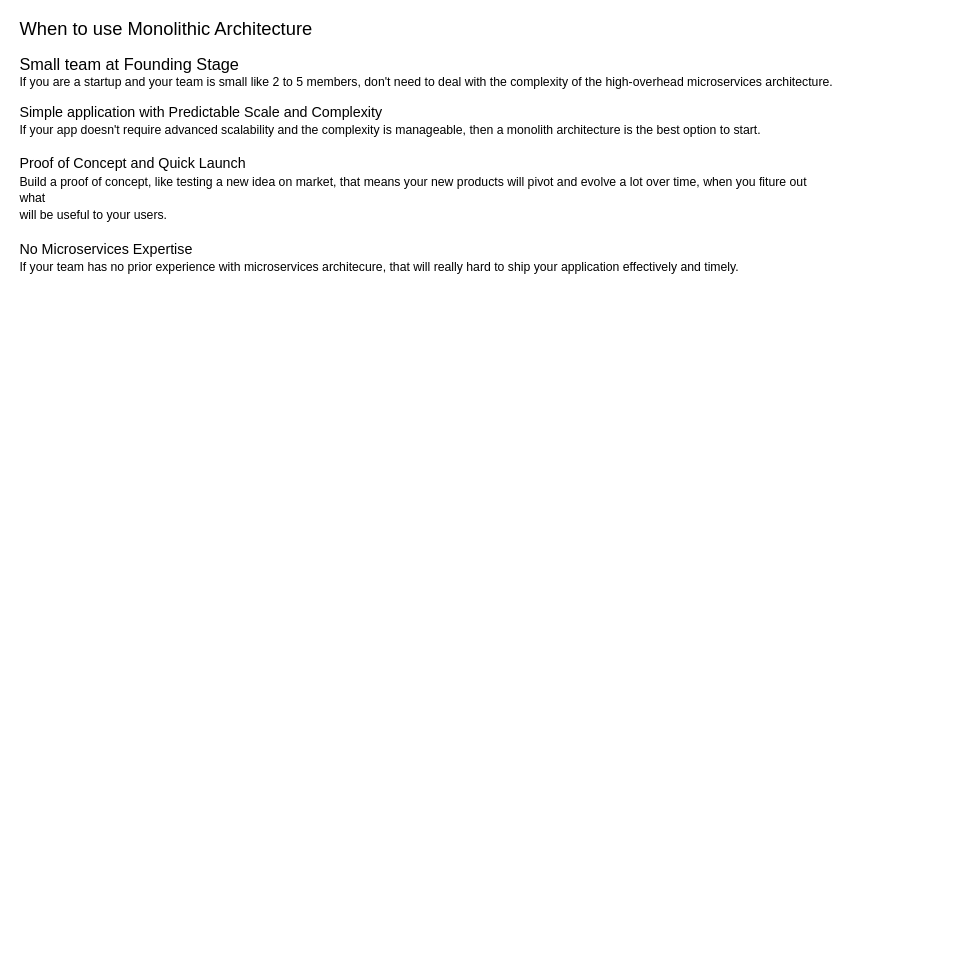
Above: ModularArchitecture.drawio in tyk1hc/drawio (draw.io), before the change. Source tidied: cells renumbered, new cells numbered last; positions are measured from the earlier drawing's top-left corner, leaving out a move shared by most shapes. Both pictures are drawn from the tidied source at 102%, with x=0, y=0 at pixel (17, 23).
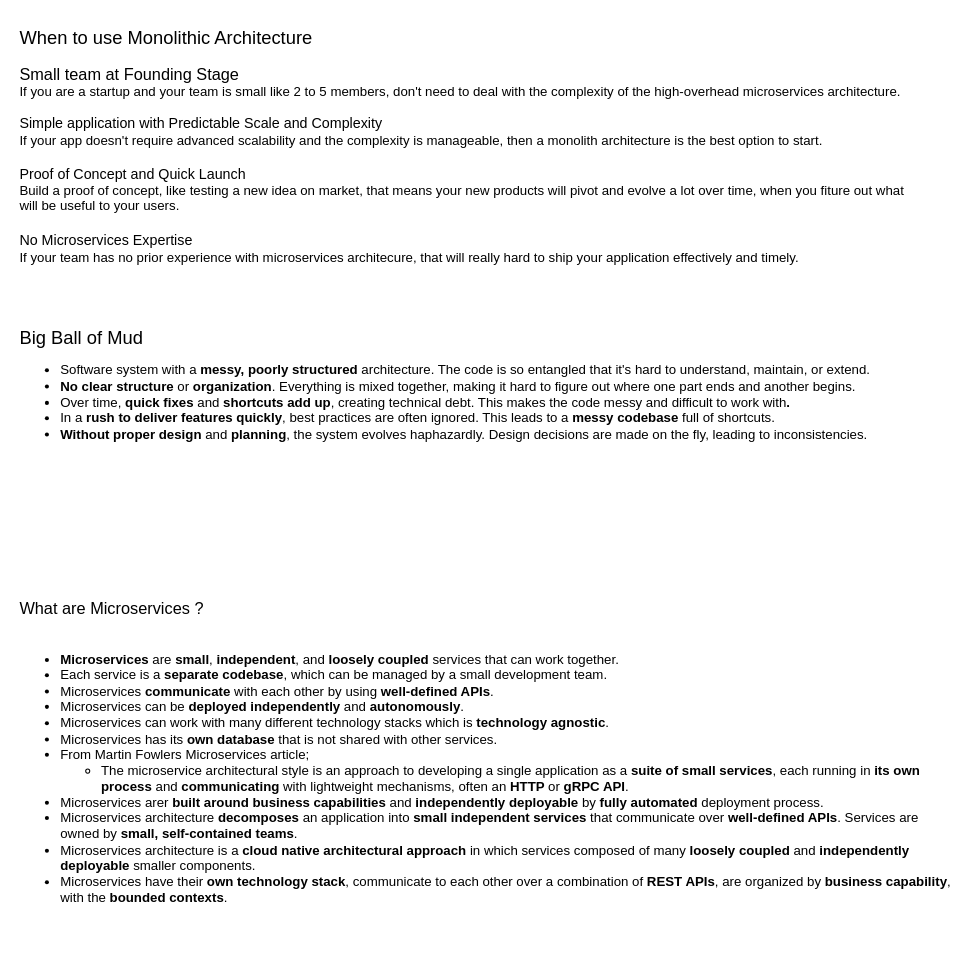
After the change.

Diff of the diagram source:
```diff
@@
 <mxGraphModel>
   <root>
     <mxCell id="0" />
     <mxCell id="1" parent="0" />
-    <mxCell id="2" value="&lt;div style=&quot;font-size: 15px;&quot; align=&quot;left&quot;&gt;&lt;font style=&quot;font-size: 18px;&quot;&gt;When to use Monolithic Architecture&lt;/font&gt;&lt;/div&gt;&lt;div&gt;&lt;br&gt;&lt;/div&gt;&lt;div&gt;&lt;font style=&quot;font-size: 16px;&quot;&gt;Small team at Founding Stage&lt;/font&gt; &lt;br&gt;&lt;/div&gt;&lt;div style=&quot;&quot;&gt;&lt;font style=&quot;font-size: 12px;&quot;&gt;If you are a startup and your team is small like 2 to 5 members, don't need to deal with the complexity of the high-overhead microservices architecture.&lt;/font&gt;&lt;/div&gt;&lt;div style=&quot;&quot;&gt;&lt;font style=&quot;font-size: 12px;&quot;&gt;&lt;br&gt;&lt;/font&gt;&lt;/div&gt;&lt;div style=&quot;font-size: 14px;&quot;&gt;&lt;font style=&quot;font-size: 14px;&quot;&gt;Simple application with Predictable Scale and Complexity&lt;font style=&quot;font-size: 14px;&quot;&gt;&lt;br&gt;&lt;/font&gt;&lt;/font&gt;&lt;/div&gt;&lt;div style=&quot;font-size: 14px;&quot;&gt;&lt;font style=&quot;font-size: 12px;&quot;&gt;&lt;font style=&quot;font-size: 12px;&quot;&gt;If your app doesn't require advanced scalability and the complexity is manageable, then a monolith architecture is the best option to start.&lt;/font&gt;&lt;/font&gt;&lt;/div&gt;&lt;div style=&quot;font-size: 14px;&quot;&gt;&lt;font style=&quot;font-size: 12px;&quot;&gt;&lt;font style=&quot;font-size: 12px;&quot;&gt;&lt;br&gt;&lt;/font&gt;&lt;/font&gt;&lt;/div&gt;&lt;div style=&quot;font-size: 14px;&quot;&gt;&lt;font style=&quot;font-size: 14px;&quot;&gt;&lt;font style=&quot;font-size: 14px;&quot;&gt;Proof of Concept and Quick Launch&lt;/font&gt;&lt;font style=&quot;font-size: 14px;&quot;&gt;&lt;font style=&quot;font-size: 14px;&quot;&gt;&lt;br&gt;&lt;/font&gt;&lt;/font&gt;&lt;/font&gt;&lt;/div&gt;&lt;div style=&quot;font-size: 14px;&quot;&gt;&lt;font style=&quot;font-size: 14px;&quot;&gt;&lt;font style=&quot;font-size: 12px;&quot;&gt;&lt;font style=&quot;font-size: 12px;&quot;&gt;Build a proof of concept, like testing a new idea on market, that means your new products will pivot and evolve a lot over time, when you fiture out what&lt;/font&gt;&lt;/font&gt;&lt;/font&gt;&lt;/div&gt;&lt;div style=&quot;font-size: 14px;&quot;&gt;&lt;font style=&quot;font-size: 14px;&quot;&gt;&lt;font style=&quot;font-size: 12px;&quot;&gt;&lt;font style=&quot;font-size: 12px;&quot;&gt;will be useful to your users.&lt;/font&gt;&lt;/font&gt;&lt;/font&gt;&lt;/div&gt;&lt;div style=&quot;font-size: 14px;&quot;&gt;&lt;font style=&quot;font-size: 14px;&quot;&gt;&lt;font style=&quot;font-size: 12px;&quot;&gt;&lt;font style=&quot;font-size: 12px;&quot;&gt;&lt;br&gt;&lt;/font&gt;&lt;/font&gt;&lt;/font&gt;&lt;/div&gt;&lt;div style=&quot;font-size: 14px;&quot;&gt;&lt;font style=&quot;font-size: 14px;&quot;&gt;&lt;font style=&quot;font-size: 14px;&quot;&gt;&lt;font style=&quot;font-size: 14px;&quot;&gt;No Microservices Expertise&lt;/font&gt;&lt;/font&gt;&lt;font style=&quot;font-size: 14px;&quot;&gt;&lt;font style=&quot;font-size: 14px;&quot;&gt;&lt;font style=&quot;font-size: 14px;&quot;&gt;&lt;br&gt;&lt;/font&gt;&lt;/font&gt;&lt;/font&gt;&lt;/font&gt;&lt;/div&gt;&lt;div style=&quot;font-size: 14px;&quot;&gt;&lt;font style=&quot;font-size: 14px;&quot;&gt;&lt;font style=&quot;font-size: 14px;&quot;&gt;&lt;font style=&quot;font-size: 12px;&quot;&gt;&lt;font style=&quot;font-size: 12px;&quot;&gt;If your team has no prior experience with microservices architecure, that will really hard to ship your application effectively and timely.&lt;br&gt;&lt;/font&gt;&lt;/font&gt;&lt;/font&gt;&lt;/font&gt;&lt;/div&gt;" style="text;html=1;align=left;verticalAlign=middle;whiteSpace=wrap;rounded=0;" parent="1" vertex="1">
-      <mxGeometry width="800" height="240" as="geometry" />
+    <mxCell id="2" value="&lt;div style=&quot;font-size: 15px;&quot; align=&quot;left&quot;&gt;&lt;font style=&quot;font-size: 18px;&quot;&gt;When to use Monolithic Architecture&lt;/font&gt;&lt;/div&gt;&lt;div&gt;&lt;br&gt;&lt;/div&gt;&lt;div&gt;&lt;font style=&quot;font-size: 16px;&quot;&gt;Small team at Founding Stage&lt;/font&gt; &lt;br&gt;&lt;/div&gt;&lt;div style=&quot;&quot;&gt;&lt;font style=&quot;font-size: 13px;&quot;&gt;If you are a startup and your team is small like 2 to 5 members, don't need to deal with the complexity of the high-overhead microservices architecture.&lt;/font&gt;&lt;/div&gt;&lt;div style=&quot;&quot;&gt;&lt;font style=&quot;font-size: 12px;&quot;&gt;&lt;br&gt;&lt;/font&gt;&lt;/div&gt;&lt;div style=&quot;font-size: 14px;&quot;&gt;&lt;font style=&quot;font-size: 14px;&quot;&gt;Simple application with Predictable Scale and Complexity&lt;font style=&quot;font-size: 14px;&quot;&gt;&lt;br&gt;&lt;/font&gt;&lt;/font&gt;&lt;/div&gt;&lt;div style=&quot;font-size: 14px;&quot;&gt;&lt;font size=&quot;1&quot;&gt;&lt;font style=&quot;font-size: 13px;&quot;&gt;If your app doesn't require advanced scalability and the complexity is manageable, then a monolith architecture is the best option to start.&lt;/font&gt;&lt;/font&gt;&lt;/div&gt;&lt;div style=&quot;font-size: 14px;&quot;&gt;&lt;font style=&quot;font-size: 12px;&quot;&gt;&lt;font style=&quot;font-size: 12px;&quot;&gt;&lt;br&gt;&lt;/font&gt;&lt;/font&gt;&lt;/div&gt;&lt;div style=&quot;font-size: 14px;&quot;&gt;&lt;font style=&quot;font-size: 14px;&quot;&gt;&lt;font style=&quot;font-size: 14px;&quot;&gt;Proof of Concept and Quick Launch&lt;/font&gt;&lt;font style=&quot;font-size: 14px;&quot;&gt;&lt;font style=&quot;font-size: 14px;&quot;&gt;&lt;br&gt;&lt;/font&gt;&lt;/font&gt;&lt;/font&gt;&lt;/div&gt;&lt;div style=&quot;font-size: 13px;&quot;&gt;&lt;font style=&quot;font-size: 13px;&quot;&gt;&lt;font style=&quot;font-size: 13px;&quot;&gt;&lt;font style=&quot;font-size: 13px;&quot;&gt;Build a proof of concept, like testing a new idea on market, that means your new products will pivot and evolve a lot over time, when you fiture out what&lt;/font&gt;&lt;/font&gt;&lt;/font&gt;&lt;/div&gt;&lt;div style=&quot;font-size: 13px;&quot;&gt;&lt;font style=&quot;font-size: 13px;&quot;&gt;&lt;font style=&quot;font-size: 13px;&quot;&gt;&lt;font style=&quot;font-size: 13px;&quot;&gt;will be useful to your users.&lt;/font&gt;&lt;/font&gt;&lt;/font&gt;&lt;/div&gt;&lt;div style=&quot;font-size: 14px;&quot;&gt;&lt;font style=&quot;font-size: 14px;&quot;&gt;&lt;font style=&quot;font-size: 12px;&quot;&gt;&lt;font style=&quot;font-size: 12px;&quot;&gt;&lt;br&gt;&lt;/font&gt;&lt;/font&gt;&lt;/font&gt;&lt;/div&gt;&lt;div style=&quot;font-size: 14px;&quot;&gt;&lt;font style=&quot;font-size: 14px;&quot;&gt;&lt;font style=&quot;font-size: 14px;&quot;&gt;&lt;font style=&quot;font-size: 14px;&quot;&gt;No Microservices Expertise&lt;/font&gt;&lt;/font&gt;&lt;font style=&quot;font-size: 14px;&quot;&gt;&lt;font style=&quot;font-size: 14px;&quot;&gt;&lt;font style=&quot;font-size: 14px;&quot;&gt;&lt;br&gt;&lt;/font&gt;&lt;/font&gt;&lt;/font&gt;&lt;/font&gt;&lt;/div&gt;&lt;div style=&quot;font-size: 14px;&quot;&gt;&lt;font style=&quot;font-size: 14px;&quot;&gt;&lt;font style=&quot;font-size: 14px;&quot;&gt;&lt;font style=&quot;font-size: 13px;&quot;&gt;&lt;font style=&quot;font-size: 13px;&quot;&gt;If your team has no prior experience with microservices architecure, that will really hard to ship your application effectively and timely.&lt;br&gt;&lt;/font&gt;&lt;/font&gt;&lt;/font&gt;&lt;/font&gt;&lt;/div&gt;" style="text;html=1;align=left;verticalAlign=middle;whiteSpace=wrap;rounded=0;" parent="1" vertex="1">
+      <mxGeometry width="880" height="240" as="geometry" />
     </mxCell>
+    <mxCell id="3" value="&lt;div style=&quot;font-size: 18px;&quot;&gt;&lt;font style=&quot;font-size: 18px;&quot;&gt;Big Ball of Mud&lt;font style=&quot;font-size: 18px;&quot;&gt;&lt;br&gt;&lt;/font&gt;&lt;/font&gt;&lt;/div&gt;&lt;div style=&quot;font-size: 13px;&quot;&gt;&lt;ul&gt;&lt;li&gt;&lt;font style=&quot;font-size: 13px;&quot;&gt;Software system with a &lt;b&gt;messy, poorly structured&lt;/b&gt; architecture. The code is so entangled that it's hard to understand, maintain, or extend.&lt;/font&gt;&lt;/li&gt;&lt;li&gt;&lt;font style=&quot;font-size: 13px;&quot;&gt;&lt;b&gt;No clear structure&lt;/b&gt; or &lt;b&gt;organization&lt;/b&gt;. Everything is mixed together, making it hard to figure out where one part ends and another begins.&lt;/font&gt;&lt;/li&gt;&lt;li&gt;&lt;font style=&quot;font-size: 13px;&quot;&gt;Over time, &lt;b&gt;quick fixes&lt;/b&gt; and &lt;b&gt;shortcuts add up&lt;/b&gt;, creating technical debt. This makes the code messy and difficult to work with&lt;b&gt;.&lt;/b&gt;&lt;/font&gt;&lt;/li&gt;&lt;li&gt;&lt;font style=&quot;font-size: 13px;&quot;&gt;In a &lt;b&gt;rush to deliver features quickly&lt;/b&gt;, best practices are often ignored. This leads to a &lt;b&gt;messy codebase&lt;/b&gt; full of shortcuts.&lt;/font&gt;&lt;/li&gt;&lt;li&gt;&lt;font style=&quot;font-size: 13px;&quot;&gt;&lt;b&gt;Without proper design&lt;/b&gt; and &lt;b&gt;planning&lt;/b&gt;, the system evolves haphazardly. Design decisions are made on the fly, leading to inconsistencies.&lt;br&gt;&lt;/font&gt;&lt;/li&gt;&lt;/ul&gt;&lt;/div&gt;" style="text;html=1;align=left;verticalAlign=middle;whiteSpace=wrap;rounded=0;" parent="1" vertex="1">
+      <mxGeometry y="300" width="840" height="120" as="geometry" />
+    </mxCell>
+    <mxCell id="4" value="&lt;div&gt;&lt;font style=&quot;font-size: 16px;&quot;&gt;What are Microservices ?&lt;br&gt;&lt;/font&gt;&lt;/div&gt;&lt;div&gt;&lt;font style=&quot;font-size: 16px;&quot;&gt;&lt;br&gt;&lt;/font&gt;&lt;/div&gt;&lt;div style=&quot;font-size: 13px;&quot;&gt;&lt;ul&gt;&lt;li&gt;&lt;font style=&quot;font-size: 13px;&quot;&gt;&lt;b&gt;Microservices&lt;/b&gt; are &lt;b&gt;small&lt;/b&gt;, &lt;b&gt;independent&lt;/b&gt;, and &lt;b&gt;loosely coupled&lt;/b&gt; services that can work together.&lt;/font&gt;&lt;/li&gt;&lt;li&gt;&lt;font style=&quot;font-size: 13px;&quot;&gt;Each service is a &lt;b&gt;separate codebase&lt;/b&gt;, which can be managed by a small development team.&lt;/font&gt;&lt;/li&gt;&lt;li&gt;&lt;font style=&quot;font-size: 13px;&quot;&gt;Microservices &lt;b&gt;communicate &lt;/b&gt;with each other by using &lt;b&gt;well-defined APIs&lt;/b&gt;.&lt;/font&gt;&lt;/li&gt;&lt;li&gt;&lt;font style=&quot;font-size: 13px;&quot;&gt;Microservices can be &lt;b&gt;deployed independently&lt;/b&gt; and &lt;b&gt;autonomously&lt;/b&gt;.&lt;/font&gt;&lt;/li&gt;&lt;li&gt;&lt;font style=&quot;font-size: 13px;&quot;&gt;Microservices can work with many different technology stacks which is &lt;b&gt;technology agnostic&lt;/b&gt;.&lt;/font&gt;&lt;/li&gt;&lt;li&gt;&lt;font style=&quot;font-size: 13px;&quot;&gt;Microservices has its &lt;b&gt;own database&lt;/b&gt; that is not shared with other services.&lt;/font&gt;&lt;/li&gt;&lt;li&gt;&lt;font style=&quot;font-size: 13px;&quot;&gt;From Martin Fowlers Microservices article; &lt;br&gt;&lt;/font&gt;&lt;/li&gt;&lt;ul&gt;&lt;li&gt;&lt;font style=&quot;font-size: 13px;&quot;&gt;The microservice architectural style is an approach to developing a single application as a &lt;b&gt;suite of small services&lt;/b&gt;, each running in &lt;b&gt;its own process&lt;/b&gt; and &lt;b&gt;communicating &lt;/b&gt;with lightweight mechanisms, often an &lt;b&gt;HTTP &lt;/b&gt;or &lt;b&gt;gRPC API&lt;/b&gt;.&lt;/font&gt;&lt;/li&gt;&lt;/ul&gt;&lt;li&gt;Microservices arer &lt;b&gt;built around business capabilities&lt;/b&gt; and &lt;b&gt;independently deployable&lt;/b&gt; by &lt;b&gt;fully automated&lt;/b&gt; deployment process.&lt;/li&gt;&lt;li&gt;Microservices architecture &lt;b&gt;decomposes&lt;/b&gt; an application into &lt;b&gt;small independent services&lt;/b&gt; that communicate over &lt;b&gt;well-defined APIs&lt;/b&gt;. Services are owned by &lt;b&gt;small, self-contained teams&lt;/b&gt;.&lt;/li&gt;&lt;li&gt;Microservices architecture is a &lt;b&gt;cloud native architectural approach&lt;/b&gt; in which services composed of many &lt;b&gt;loosely coupled&lt;/b&gt; and &lt;b&gt;independently deployable&lt;/b&gt; smaller components.&lt;/li&gt;&lt;li&gt;Microservices have their &lt;b&gt;own technology stack&lt;/b&gt;, communicate to each other over a combination of &lt;b&gt;REST APIs&lt;/b&gt;, are organized by &lt;b&gt;business capability&lt;/b&gt;, with the &lt;b&gt;bounded contexts&lt;/b&gt;.&lt;br&gt;&lt;/li&gt;&lt;/ul&gt;&lt;/div&gt;&lt;div&gt;&lt;br&gt;&lt;/div&gt;&lt;div&gt;&lt;br&gt;&lt;/div&gt;" style="text;html=1;align=left;verticalAlign=middle;whiteSpace=wrap;rounded=0;" parent="1" vertex="1">
+      <mxGeometry y="600" width="920" height="270" as="geometry" />
+    </mxCell>
   </root>
 </mxGraphModel>
```
